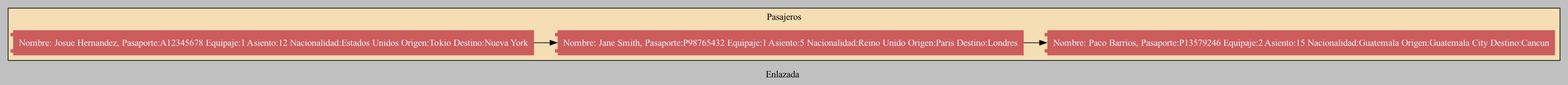
Edwinhndz/201807124_EDD_Practica keeps this Graphviz diagram as grafica_Pasajeros.png. Above is the earlier version. Its source is kept beside it as grafica_Pasajeros.dot.
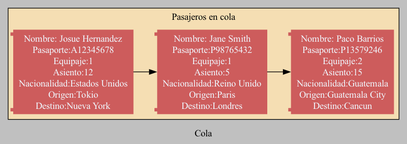
Later version of the same file.

The edit, as a diff of the source:
```diff
@@ -1,12 +1,30 @@
 digraph G {
 rankdir = LR;
-label="Enlazada ";bgcolor=grey
+label="Cola";bgcolor=grey
 subgraph cluster_top_floor{
 bgcolor=wheat;
-label="Pasajeros";
-nodo0[ shape=component , fontcolor=aliceblue , style=filled , color=indianred , label="Nombre: Josue Hernandez, Pasaporte:A12345678 Equipaje:1 Asiento:12 Nacionalidad:Estados Unidos Origen:Tokio Destino:Nueva York"]
-nodo1[ shape=component , fontcolor=aliceblue , style=filled , color=indianred , label="Nombre: Jane Smith, Pasaporte:P98765432 Equipaje:1 Asiento:5 Nacionalidad:Reino Unido Origen:Paris Destino:Londres"]
-nodo2[ shape=component , fontcolor=aliceblue , style=filled , color=indianred , label="Nombre: Paco Barrios, Pasaporte:P13579246 Equipaje:2 Asiento:15 Nacionalidad:Guatemala Origen:Guatemala City Destino:Cancun"]
+label="Pasajeros en cola";
+nodo0[ shape=component , fontcolor=aliceblue , style=filled , color=indianred , label="Nombre: Josue Hernandez
+Pasaporte:A12345678
+Equipaje:1
+Asiento:12
+Nacionalidad:Estados Unidos
+Origen:Tokio
+Destino:Nueva York"]
+nodo1[ shape=component , fontcolor=aliceblue , style=filled , color=indianred , label="Nombre: Jane Smith
+Pasaporte:P98765432
+Equipaje:1
+Asiento:5
+Nacionalidad:Reino Unido
+Origen:Paris
+Destino:Londres"]
+nodo2[ shape=component , fontcolor=aliceblue , style=filled , color=indianred , label="Nombre: Paco Barrios
+Pasaporte:P13579246
+Equipaje:2
+Asiento:15
+Nacionalidad:Guatemala
+Origen:Guatemala City
+Destino:Cancun"]
 nodo0 -> nodo1 -> nodo2;
 }
 }
```
